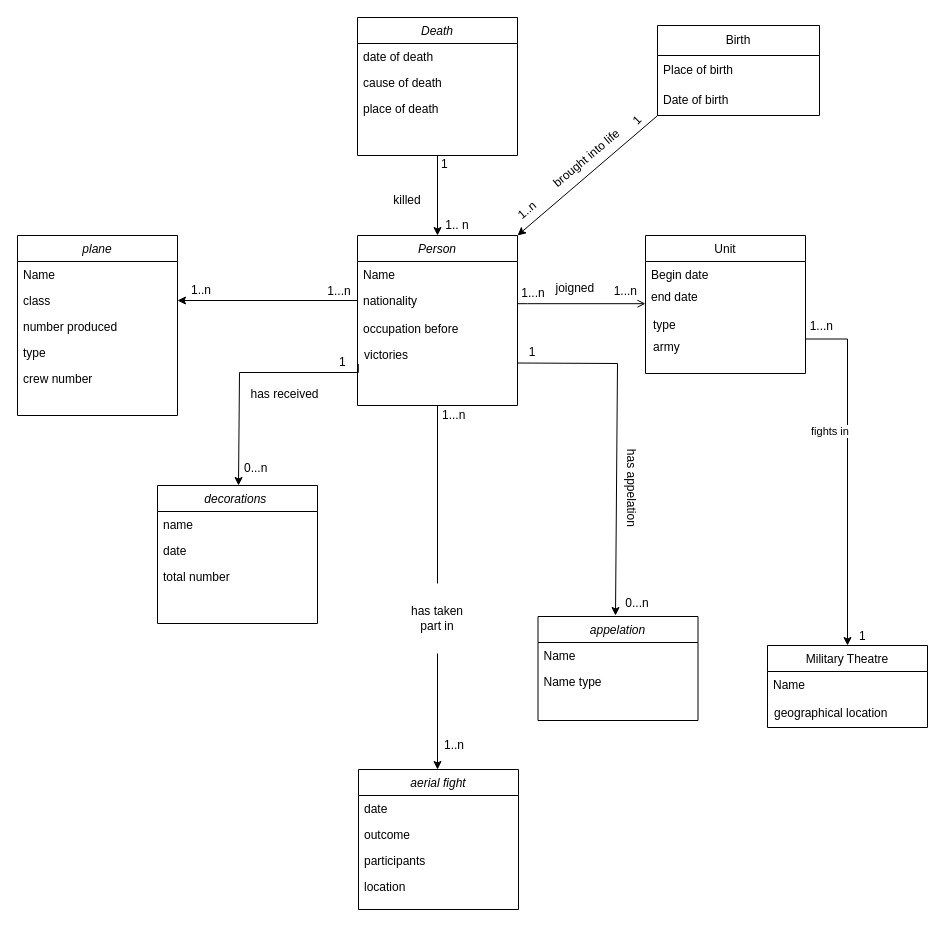
Before: testmodele.drawio in samohTDNM/Les-as-de-la-Grande-Guerre-, a draw.io diagram. Source tidied: cells renumbered, new cells numbered last; positions are measured from the earlier drawing's top-left corner, leaving out a move shared by most shapes. Both pictures are drawn from the tidied source at 100%, with x=0, y=0 at pixel (17, 17).
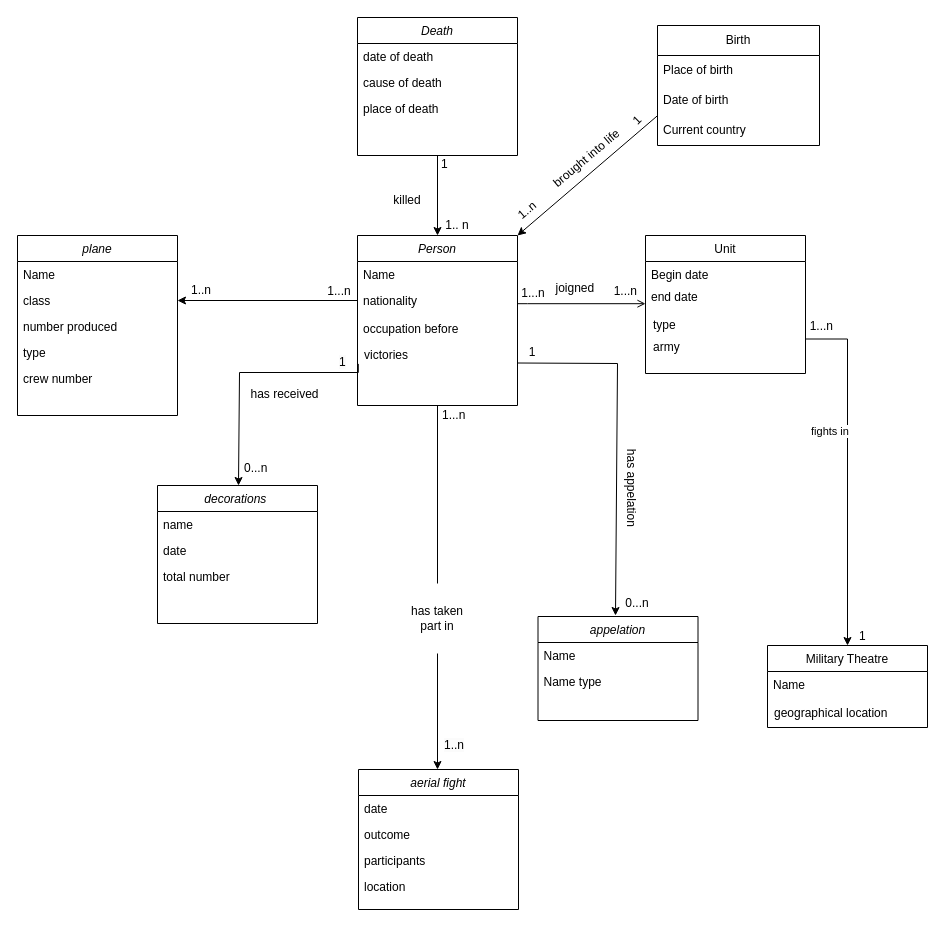
The same diagram, later.

What changed in the source:
```diff
@@
     <mxCell id="46" value="Birth" style="swimlane;fontStyle=0;horizontal=1;startSize=30;whiteSpace=wrap;html=1;" parent="1" vertex="1">
-      <mxGeometry x="640" y="8" width="162" height="90" as="geometry" />
+      <mxGeometry x="640" y="8" width="162" height="120" as="geometry" />
     </mxCell>
@@
+    <mxCell id="76" value="Current country" style="text;strokeColor=none;fillColor=none;align=left;verticalAlign=middle;spacingLeft=4;spacingRight=4;overflow=hidden;whiteSpace=wrap;html=1;" parent="46" vertex="1">
+      <mxGeometry y="90" width="162" height="30" as="geometry" />
+    </mxCell>
```
